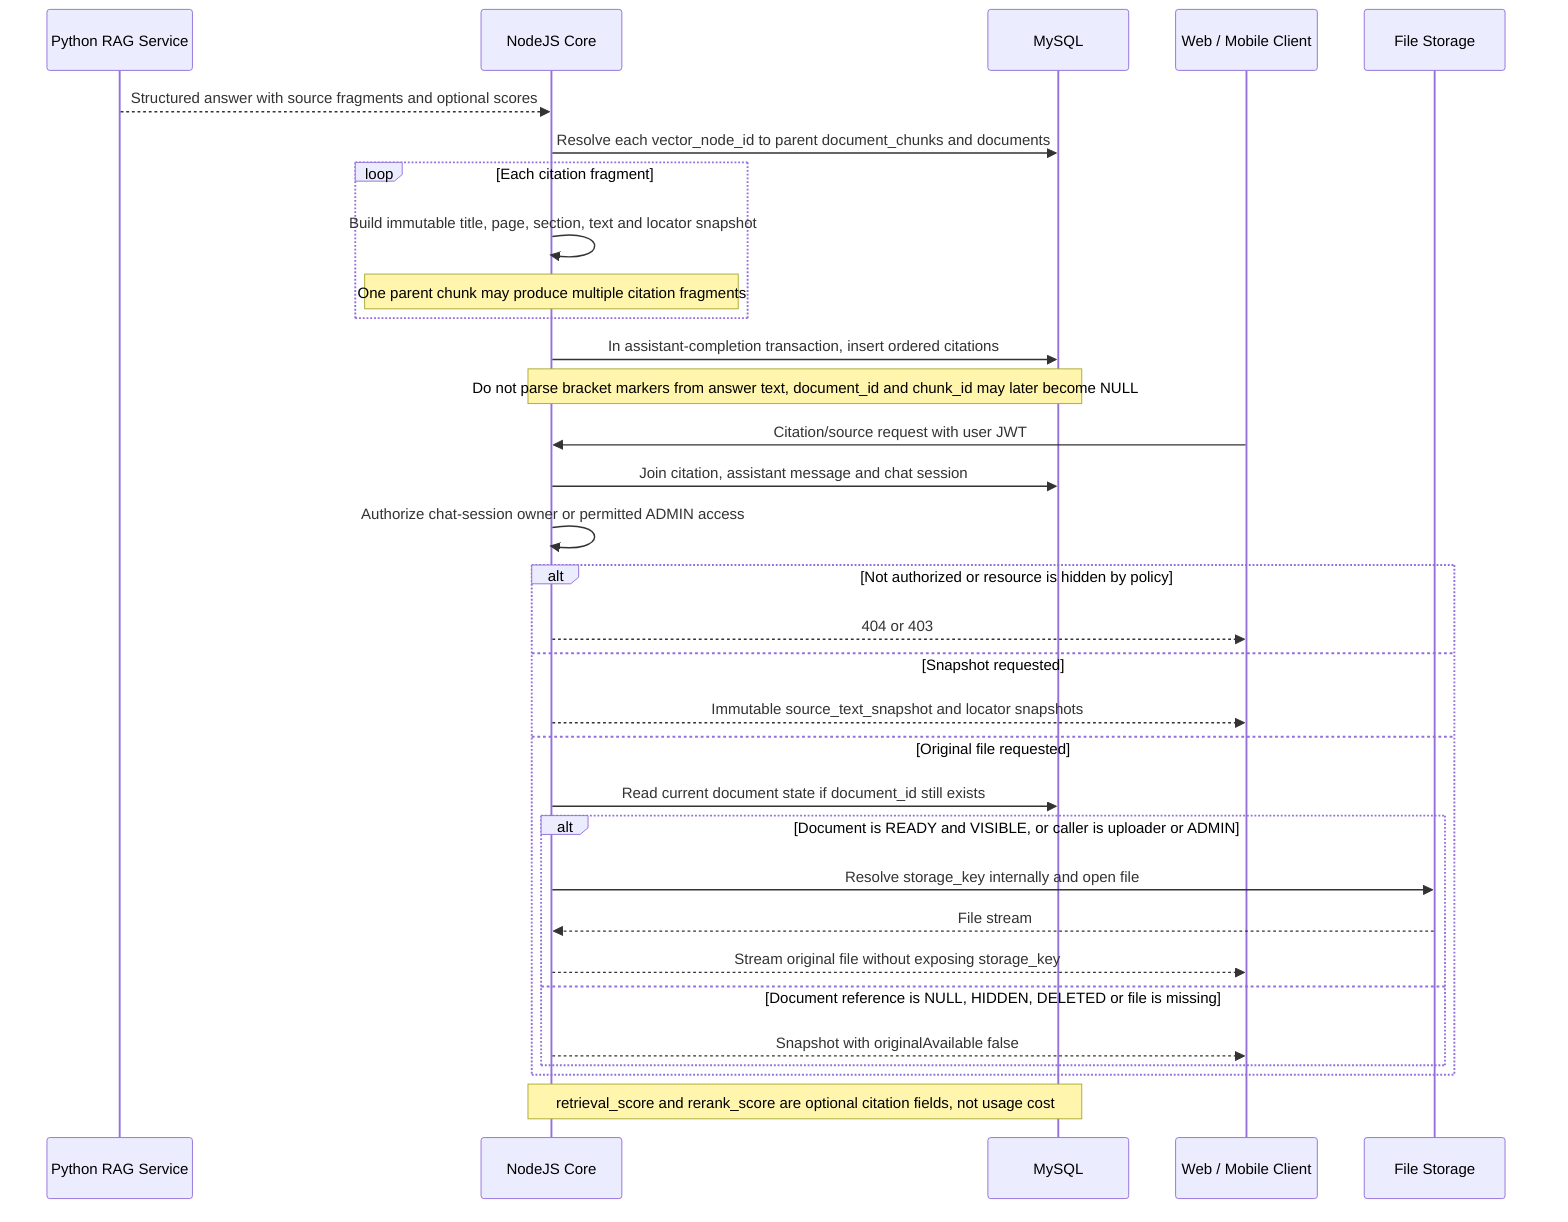
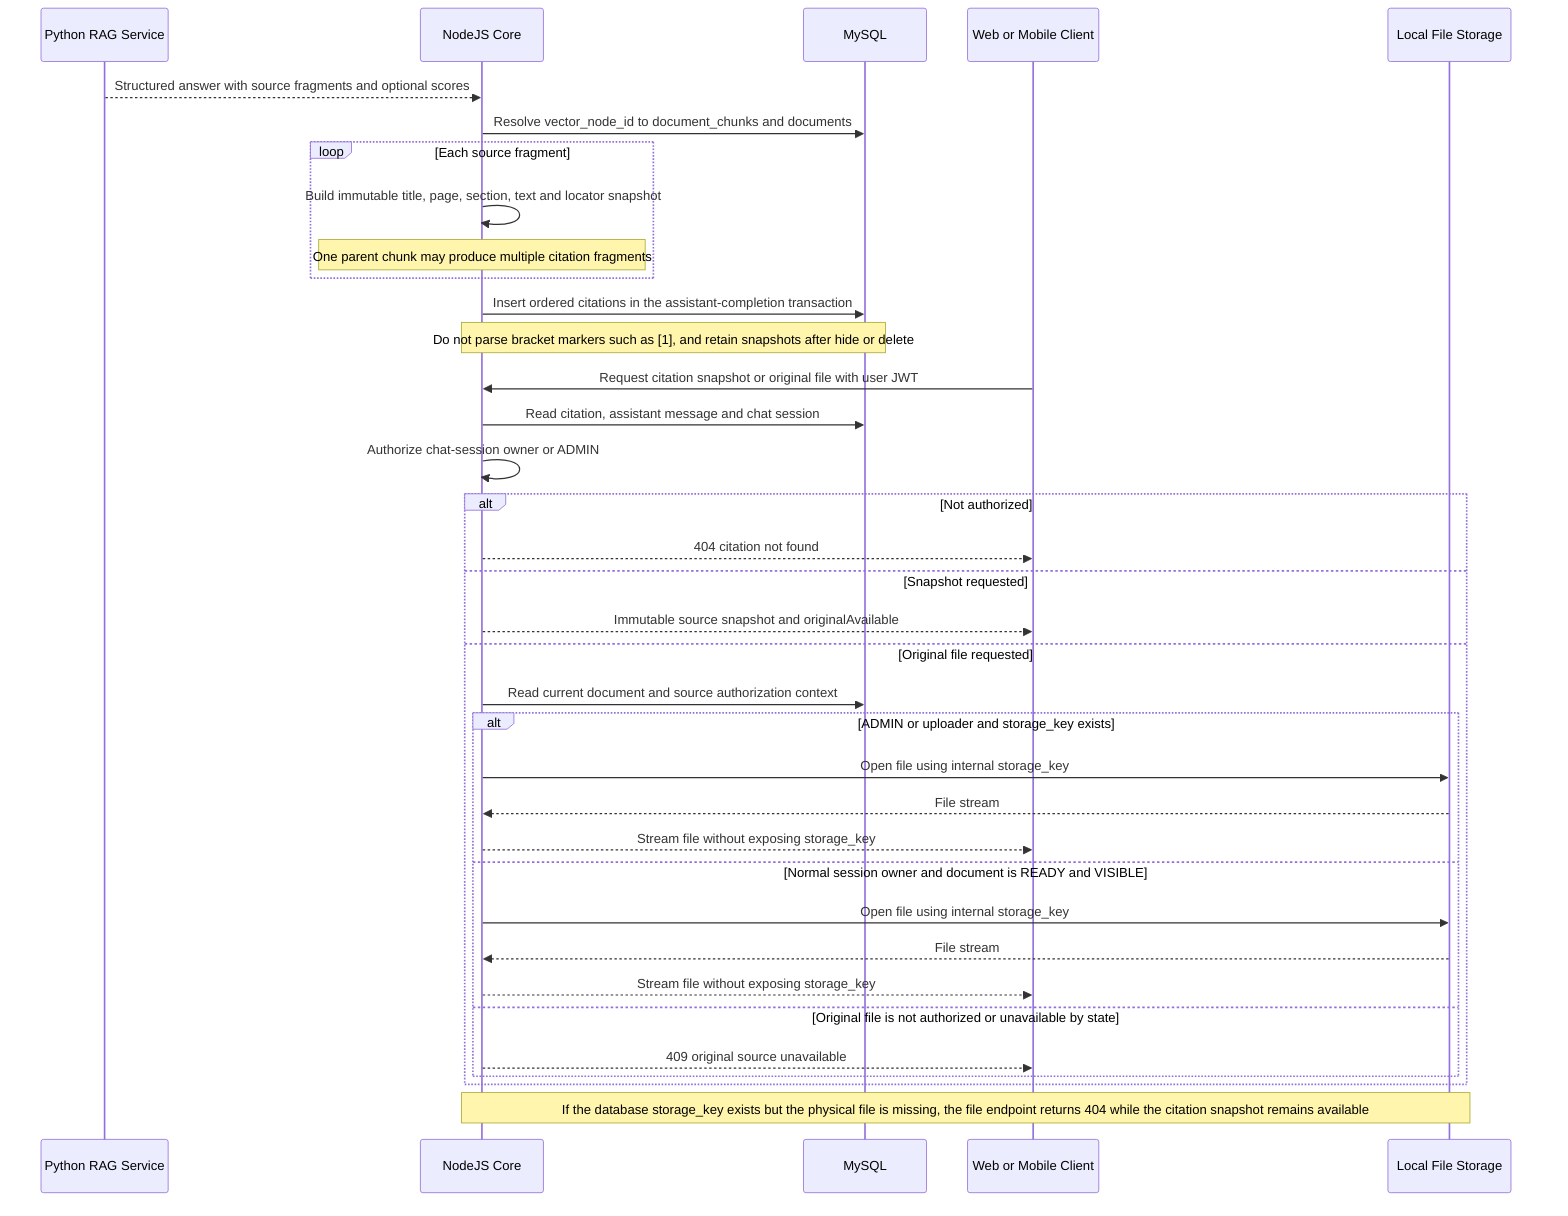
- %% 07 Citation creation and source access | Status: MVP IMPLEMENTED
+ %% 07 Citation creation and source access | Detailed NodeJS/Core flow
sequenceDiagram
  participant RAG as Python RAG Service
  participant Node as NodeJS Core
  participant DB as MySQL
-   participant Client as Web / Mobile Client
-   participant Store as File Storage
+   participant Client as Web or Mobile Client
+   participant Store as Local File Storage

  RAG-->>Node: Structured answer with source fragments and optional scores
-   Node->>DB: Resolve each vector_node_id to parent document_chunks and documents
-   loop Each citation fragment
+   Node->>DB: Resolve vector_node_id to document_chunks and documents
+   loop Each source fragment
    Node->>Node: Build immutable title, page, section, text and locator snapshot
    Note over Node: One parent chunk may produce multiple citation fragments
  end
-   Node->>DB: In assistant-completion transaction, insert ordered citations
-   Note over Node,DB: Do not parse bracket markers from answer text, document_id and chunk_id may later become NULL
+   Node->>DB: Insert ordered citations in the assistant-completion transaction
+   Note over Node,DB: Do not parse bracket markers such as [1], and retain snapshots after hide or delete

-   Client->>Node: Citation/source request with user JWT
-   Node->>DB: Join citation, assistant message and chat session
-   Node->>Node: Authorize chat-session owner or permitted ADMIN access
-   alt Not authorized or resource is hidden by policy
-     Node-->>Client: 404 or 403
+   Client->>Node: Request citation snapshot or original file with user JWT
+   Node->>DB: Read citation, assistant message and chat session
+   Node->>Node: Authorize chat-session owner or ADMIN
+   alt Not authorized
+     Node-->>Client: 404 citation not found
  else Snapshot requested
-     Node-->>Client: Immutable source_text_snapshot and locator snapshots
+     Node-->>Client: Immutable source snapshot and originalAvailable
  else Original file requested
-     Node->>DB: Read current document state if document_id still exists
-     alt Document is READY and VISIBLE, or caller is uploader or ADMIN
-       Node->>Store: Resolve storage_key internally and open file
+     Node->>DB: Read current document and source authorization context
+     alt ADMIN or uploader and storage_key exists
+       Node->>Store: Open file using internal storage_key
      Store-->>Node: File stream
-       Node-->>Client: Stream original file without exposing storage_key
-     else Document reference is NULL, HIDDEN, DELETED or file is missing
-       Node-->>Client: Snapshot with originalAvailable false
+       Node-->>Client: Stream file without exposing storage_key
+     else Normal session owner and document is READY and VISIBLE
+       Node->>Store: Open file using internal storage_key
+       Store-->>Node: File stream
+       Node-->>Client: Stream file without exposing storage_key
+     else Original file is not authorized or unavailable by state
+       Node-->>Client: 409 original source unavailable
    end
  end

-   Note over Node,DB: retrieval_score and rerank_score are optional citation fields, not usage cost
+   Note over Node,Store: If the database storage_key exists but the physical file is missing, the file endpoint returns 404 while the citation snapshot remains available
